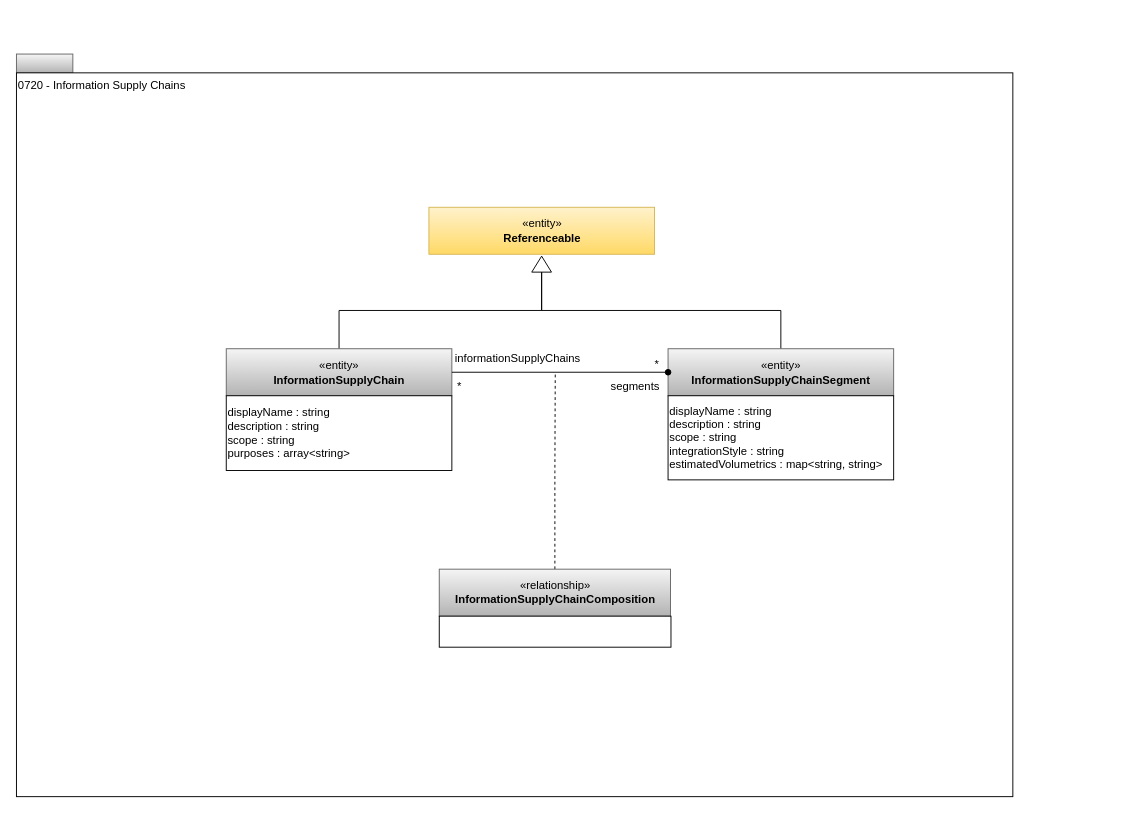
This is page "0720-Information-Supply-Chains" (5 of 15) of site/docs/types/7/area-7-lineage.drawio from odpi/egeria-docs, a draw.io file, before an edit. Source tidied: cells renumbered, new cells numbered last; positions are measured from the earlier drawing's top-left corner, leaving out a move shared by most shapes. Both pictures are drawn from the tidied source at 94%, with x=0, y=0 at pixel (16, 54).
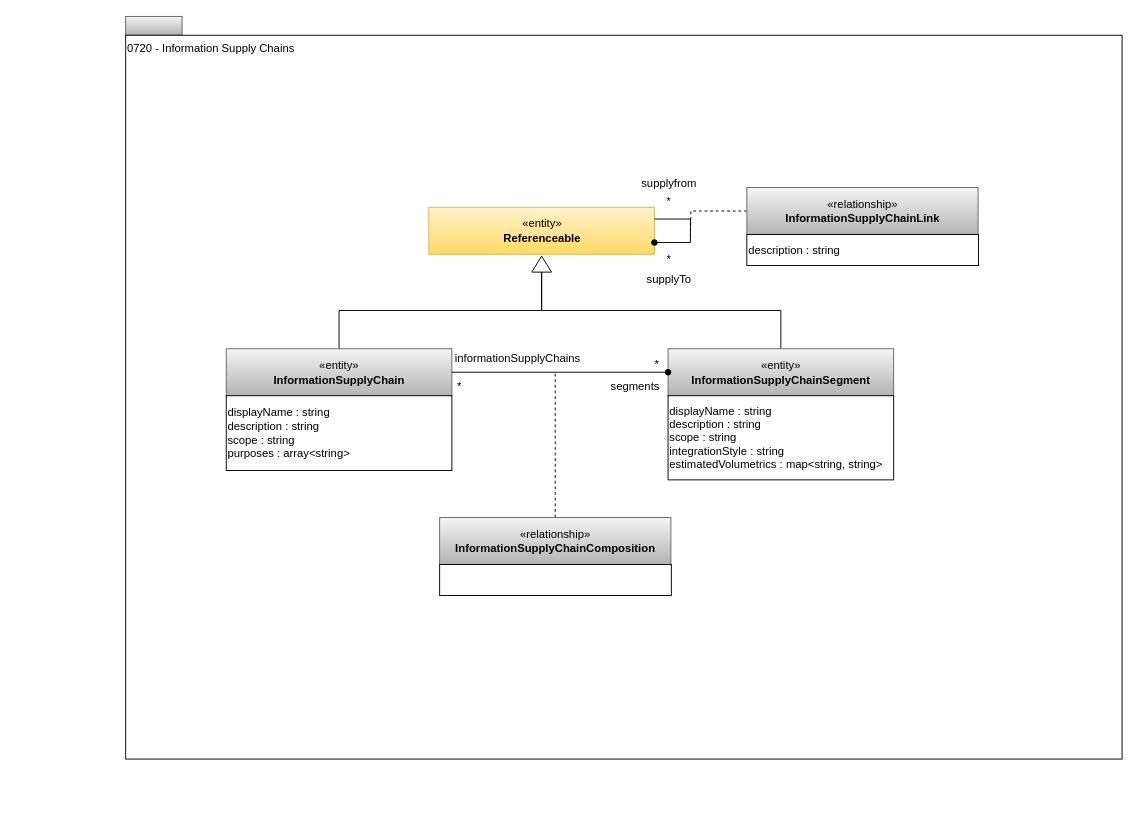
After the change.

The edit, as a diff of the source:
```diff
@@
     <mxCell id="2" style="rounded=0;whiteSpace=wrap;html=1;align=left;fillColor=#f5f5f5;strokeColor=#666666;gradientColor=#b3b3b3;" parent="1" vertex="1">
-      <mxGeometry width="60" height="20" as="geometry" />
+      <mxGeometry x="116.2" y="-40" width="60" height="20" as="geometry" />
     </mxCell>
     <mxCell id="3" value="0720 - Information Supply Chains" style="rounded=0;whiteSpace=wrap;html=1;align=left;verticalAlign=top;" parent="1" vertex="1">
-      <mxGeometry y="20" width="1060" height="770" as="geometry" />
+      <mxGeometry x="116.2" y="-20" width="1060" height="770" as="geometry" />
     </mxCell>
     <mxCell id="4" value="«entity»&lt;br&gt;&lt;b&gt;Referenceable&lt;/b&gt;" style="html=1;strokeColor=#d6b656;align=center;fillColor=#fff2cc;gradientColor=#ffd966;" parent="1" vertex="1">
-      <mxGeometry x="438.8" y="163" width="240" height="50" as="geometry" />
+      <mxGeometry x="438.7" y="163" width="240" height="50" as="geometry" />
     </mxCell>
@@
     <mxCell id="6" value="«relationship»&lt;br&gt;&lt;b&gt;InformationSupplyChainComposition&lt;/b&gt;" style="html=1;strokeColor=#666666;align=center;fillColor=#f5f5f5;gradientColor=#b3b3b3;" parent="1" vertex="1">
-      <mxGeometry x="449.8" y="548" width="246" height="50" as="geometry" />
+      <mxGeometry x="450.2" y="493" width="246" height="50" as="geometry" />
     </mxCell>
     <mxCell id="7" style="rounded=0;whiteSpace=wrap;html=1;strokeColor=#000000;gradientColor=#ffffff;align=left;" parent="1" vertex="1">
-      <mxGeometry x="449.8" y="598" width="246.5" height="33" as="geometry" />
+      <mxGeometry x="450.2" y="543" width="246.5" height="33" as="geometry" />
     </mxCell>
@@
+    <mxCell id="20" style="edgeStyle=orthogonalEdgeStyle;rounded=0;html=1;exitX=0;exitY=0.5;dashed=1;endArrow=none;endFill=0;jettySize=auto;exitDx=0;exitDy=0;" parent="1" edge="1" source="21">
+      <mxGeometry relative="1" as="geometry">
+        <mxPoint x="717" y="193" as="targetPoint" />
+      </mxGeometry>
+    </mxCell>
+    <mxCell id="21" value="«relationship»&lt;br&gt;&lt;b&gt;InformationSupplyChainLink&lt;/b&gt;" style="html=1;strokeColor=#666666;align=center;fillColor=#f5f5f5;gradientColor=#b3b3b3;" parent="1" vertex="1">
+      <mxGeometry x="777" y="142" width="246" height="50" as="geometry" />
+    </mxCell>
+    <mxCell id="22" value="description : string" style="rounded=0;whiteSpace=wrap;html=1;strokeColor=#000000;gradientColor=#ffffff;align=left;" parent="1" vertex="1">
+      <mxGeometry x="777" y="192" width="246.5" height="33" as="geometry" />
+    </mxCell>
+    <mxCell id="23" style="edgeStyle=orthogonalEdgeStyle;rounded=0;orthogonalLoop=1;jettySize=auto;html=1;exitX=1;exitY=0.75;exitDx=0;exitDy=0;entryX=1;entryY=0.25;entryDx=0;entryDy=0;endArrow=none;endFill=0;startArrow=oval;startFill=1;" parent="1" edge="1" source="4" target="4">
+      <mxGeometry relative="1" as="geometry">
+        <Array as="points">
+          <mxPoint x="717" y="201" />
+          <mxPoint x="717" y="176" />
+        </Array>
+      </mxGeometry>
+    </mxCell>
+    <mxCell id="24" value="*" style="text;html=1;align=center;verticalAlign=middle;strokeColor=none;fillColor=none;" parent="1" vertex="1">
+      <mxGeometry x="678.7" y="142" width="30" height="30" as="geometry" />
+    </mxCell>
+    <mxCell id="25" value="*" style="text;html=1;align=center;verticalAlign=middle;strokeColor=none;fillColor=none;" parent="1" vertex="1">
+      <mxGeometry x="678.7" y="204" width="30" height="30" as="geometry" />
+    </mxCell>
+    <mxCell id="26" value="supplyfrom" style="text;html=1;align=center;verticalAlign=middle;strokeColor=none;fillColor=none;" parent="1" vertex="1">
+      <mxGeometry x="653.7" y="123" width="80" height="30" as="geometry" />
+    </mxCell>
+    <mxCell id="27" value="supplyTo" style="text;html=1;align=center;verticalAlign=middle;strokeColor=none;fillColor=none;" parent="1" vertex="1">
+      <mxGeometry x="658.7" y="225" width="70" height="30" as="geometry" />
+    </mxCell>
```
